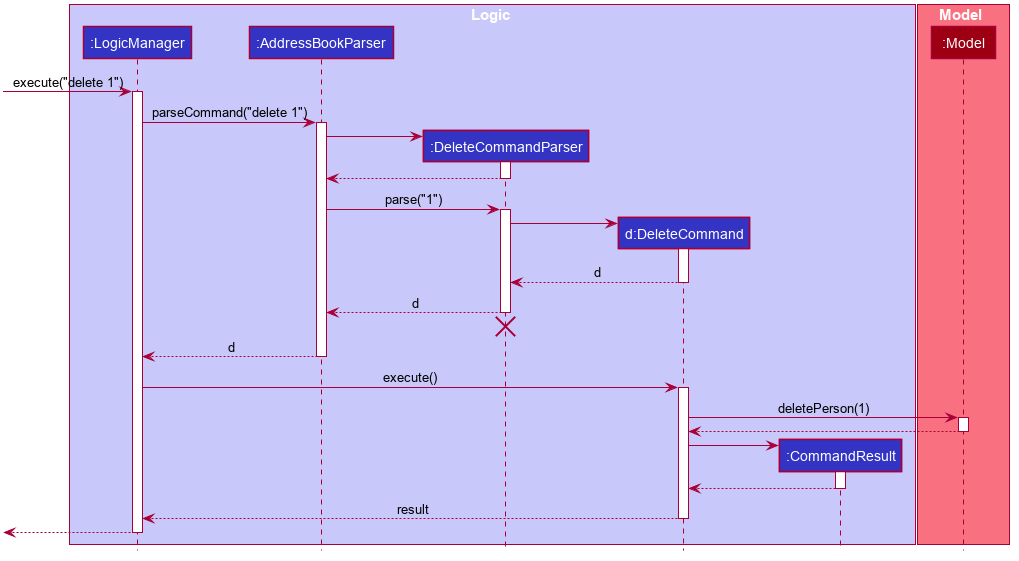
The PlantUML diagram docs/images/DeleteSequenceDiagram.png in nus-cs2103-AY2021S2/tp, before a commit.
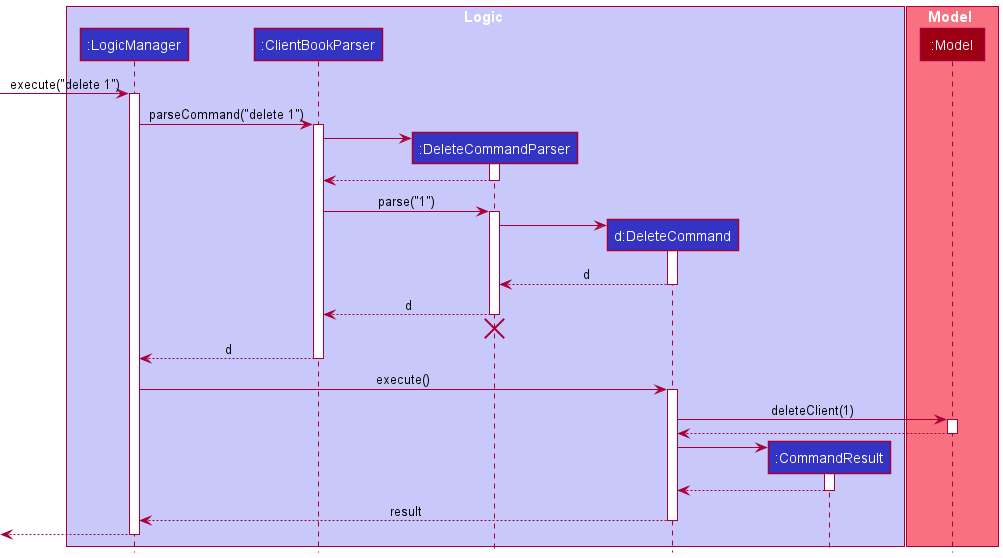
After the commit.

Commit message:
Correct DeleteSequenceDiagram to be no more addressbook

Diff of the diagram source:
```diff
@@ -1,79 +1,32 @@
 @startuml
+!include style.puml
 
-
-
-
-
-
-
-
-skinparam BackgroundColor #FFFFFFF
-
-skinparam Shadowing false
-
-skinparam Class {
-    FontColor #FFFFFF
-    BorderThickness 1
-    BorderColor #FFFFFF
-    StereotypeFontColor #FFFFFF
-    FontName Arial
-}
-
-skinparam Actor {
-    BorderColor #000000
-    Color #000000
-    FontName Arial
-}
-
-skinparam Sequence {
-    MessageAlign center
-    BoxFontSize 15
-    BoxPadding 0
-    BoxFontColor #FFFFFF
-    FontName Arial
-}
-
-skinparam Participant {
-    FontColor #FFFFFFF
-    Padding 20
-}
-
-skinparam MinClassWidth 50
-skinparam ParticipantPadding 10
-skinparam Shadowing false
-skinparam DefaultTextAlignment center
-skinparam packageStyle Rectangle
-
-hide footbox
-hide members
-hide circle
-
-box Logic #C8C8FA
-participant ":LogicManager" as LogicManager #3333C4
-participant ":AddressBookParser" as AddressBookParser #3333C4
-participant ":DeleteCommandParser" as DeleteCommandParser #3333C4
-participant "d:DeleteCommand" as DeleteCommand #3333C4
-participant ":CommandResult" as CommandResult #3333C4
+box Logic LOGIC_COLOR_T1
+participant ":LogicManager" as LogicManager LOGIC_COLOR
+participant ":ClientBookParser" as ClientBookParser LOGIC_COLOR
+participant ":DeleteCommandParser" as DeleteCommandParser LOGIC_COLOR
+participant "d:DeleteCommand" as DeleteCommand LOGIC_COLOR
+participant ":CommandResult" as CommandResult LOGIC_COLOR
 end box
 
-box Model #F97181
-participant ":Model" as Model #9D0012
+box Model MODEL_COLOR_T1
+participant ":Model" as Model MODEL_COLOR
 end box
 
 [-> LogicManager : execute("delete 1")
 activate LogicManager
 
-LogicManager -> AddressBookParser : parseCommand("delete 1")
-activate AddressBookParser
+LogicManager -> ClientBookParser : parseCommand("delete 1")
+activate ClientBookParser
 
 create DeleteCommandParser
-AddressBookParser -> DeleteCommandParser
+ClientBookParser -> DeleteCommandParser
 activate DeleteCommandParser
 
-DeleteCommandParser --> AddressBookParser
+DeleteCommandParser --> ClientBookParser
 deactivate DeleteCommandParser
 
-AddressBookParser -> DeleteCommandParser : parse("1")
+ClientBookParser -> DeleteCommandParser : parse("1")
 activate DeleteCommandParser
 
 create DeleteCommand
@@ -83,18 +36,18 @@
 DeleteCommand --> DeleteCommandParser : d
 deactivate DeleteCommand
 
-DeleteCommandParser --> AddressBookParser : d
+DeleteCommandParser --> ClientBookParser : d
 deactivate DeleteCommandParser
-DeleteCommandParser -[hidden]-> AddressBookParser
+DeleteCommandParser -[hidden]-> ClientBookParser
 destroy DeleteCommandParser
 
-AddressBookParser --> LogicManager : d
-deactivate AddressBookParser
+ClientBookParser --> LogicManager : d
+deactivate ClientBookParser
 
 LogicManager -> DeleteCommand : execute()
 activate DeleteCommand
 
-DeleteCommand -> Model : deletePerson(1)
+DeleteCommand -> Model : deleteClient(1)
 activate Model
 
 Model --> DeleteCommand
```
